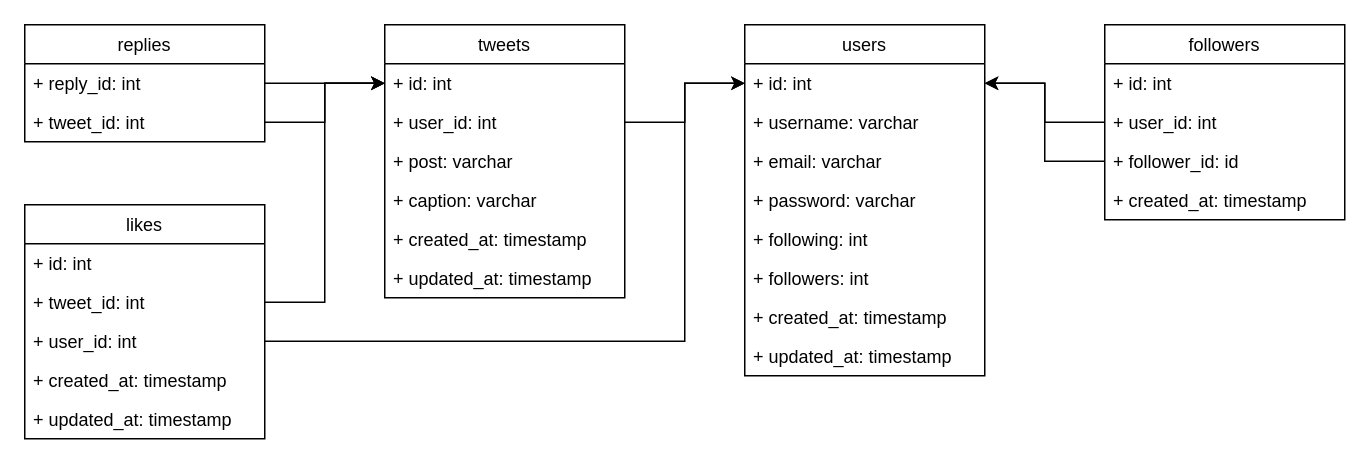
The draw.io diagram page "ERD" (2 of 2) of class-diagram-soundtweet.drawio in febriliando/febriliando.github.io, before the edit. Source tidied: cells renumbered, new cells numbered last; positions are measured from the earlier drawing's top-left corner, leaving out a move shared by most shapes. Both pictures are drawn from the tidied source at 150%, with x=0, y=0 at pixel (24, 24).
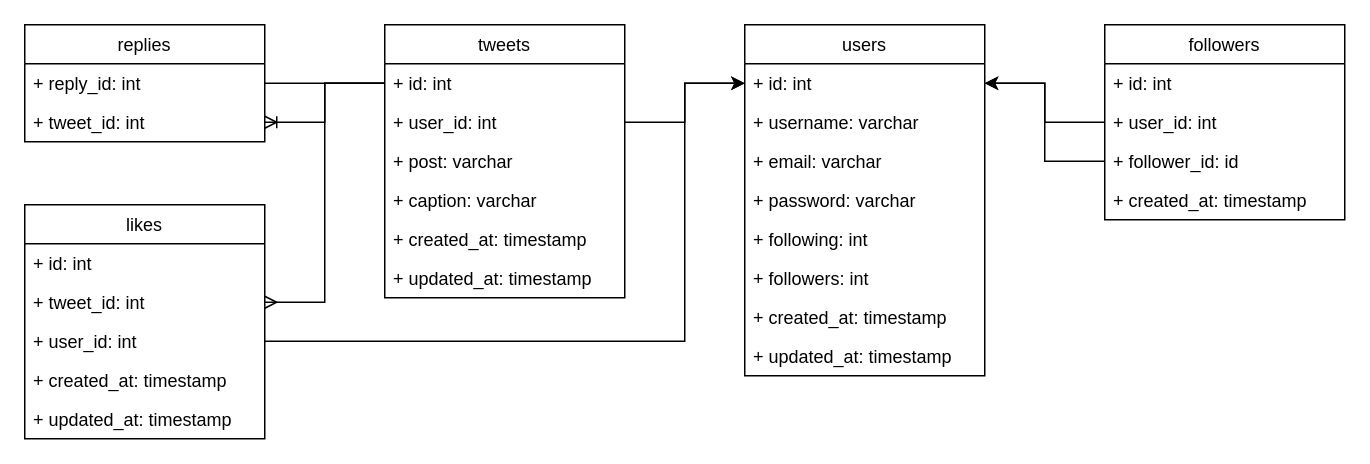
Above is the later version.

The change refers to these unchanged cells:
```xml
<mxCell id="19" value="+ id: int" style="text;strokeColor=none;fillColor=none;align=left;verticalAlign=top;spacingLeft=4;spacingRight=4;overflow=hidden;points=[[0,0.5],[1,0.5]];portConstraint=eastwest;" parent="18" vertex="1">
  <mxGeometry y="26" width="160" height="26" as="geometry" />
</mxCell>
<mxCell id="26" value="+ reply_id: int" style="text;strokeColor=none;fillColor=none;align=left;verticalAlign=top;spacingLeft=4;spacingRight=4;overflow=hidden;points=[[0,0.5],[1,0.5]];portConstraint=eastwest;" parent="25" vertex="1">
  <mxGeometry y="26" width="160" height="26" as="geometry" />
</mxCell>
<mxCell id="27" value="+ tweet_id: int" style="text;strokeColor=none;fillColor=none;align=left;verticalAlign=top;spacingLeft=4;spacingRight=4;overflow=hidden;points=[[0,0.5],[1,0.5]];portConstraint=eastwest;" parent="25" vertex="1">
  <mxGeometry y="52" width="160" height="26" as="geometry" />
</mxCell>
<mxCell id="33" value="+ tweet_id: int" style="text;strokeColor=none;fillColor=none;align=left;verticalAlign=top;spacingLeft=4;spacingRight=4;overflow=hidden;points=[[0,0.5],[1,0.5]];portConstraint=eastwest;" parent="31" vertex="1">
  <mxGeometry y="52" width="160" height="26" as="geometry" />
</mxCell>
```

What changed in the source:
```diff
@@
-    <mxCell id="28" style="edgeStyle=orthogonalEdgeStyle;rounded=0;jettySize=auto;html=1;entryX=0;entryY=0.5;entryDx=0;entryDy=0;" parent="1" edge="1" source="26" target="19">
+    <mxCell id="28" style="edgeStyle=orthogonalEdgeStyle;rounded=0;jettySize=auto;html=1;endArrow=none;endFill=0;entryX=0;entryY=0.5;entryDx=0;entryDy=0;" parent="1" edge="1" source="26" target="19">
       <mxGeometry relative="1" as="geometry" />
     </mxCell>
-    <mxCell id="29" style="edgeStyle=orthogonalEdgeStyle;rounded=0;jettySize=auto;html=1;entryX=0;entryY=0.5;entryDx=0;entryDy=0;" parent="1" edge="1" source="27" target="19">
+    <mxCell id="29" style="edgeStyle=orthogonalEdgeStyle;rounded=0;jettySize=auto;html=1;entryX=0;entryY=0.5;entryDx=0;entryDy=0;endArrow=none;endFill=0;startArrow=ERoneToMany;startFill=0;" parent="1" edge="1" source="27" target="19">
       <mxGeometry relative="1" as="geometry" />
     </mxCell>
@@
-    <mxCell id="37" style="edgeStyle=orthogonalEdgeStyle;rounded=0;jettySize=auto;html=1;exitX=1;exitY=0.5;exitDx=0;exitDy=0;entryX=0;entryY=0.5;entryDx=0;entryDy=0;" parent="1" edge="1" source="33" target="19">
+    <mxCell id="37" style="edgeStyle=orthogonalEdgeStyle;rounded=0;jettySize=auto;html=1;exitX=1;exitY=0.5;exitDx=0;exitDy=0;endArrow=none;endFill=0;entryX=0;entryY=0.5;entryDx=0;entryDy=0;startArrow=ERmany;startFill=0;" parent="1" edge="1" source="33" target="19">
       <mxGeometry relative="1" as="geometry" />
     </mxCell>
```
